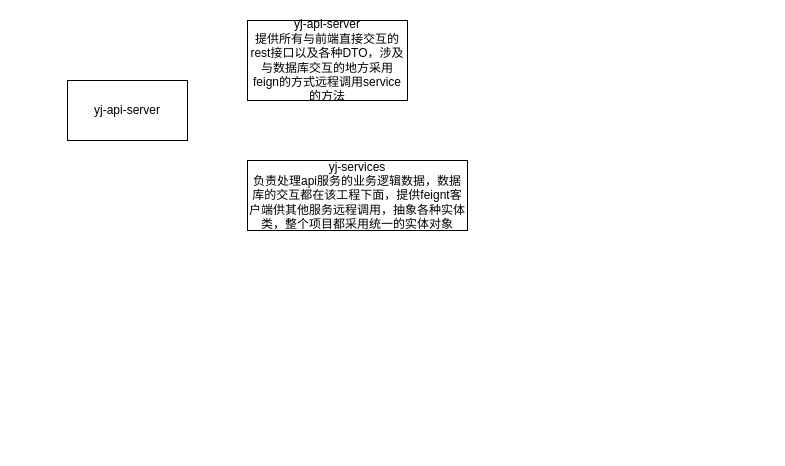
This is yj-api-优化.drawio from link-yuml/diagrams, a draw.io file, before an edit. Source tidied: cells renumbered, new cells numbered last; positions are measured from the earlier drawing's top-left corner, leaving out a move shared by most shapes. Both pictures are drawn from the tidied source at 100%, with x=0, y=0 at pixel (67, 20).
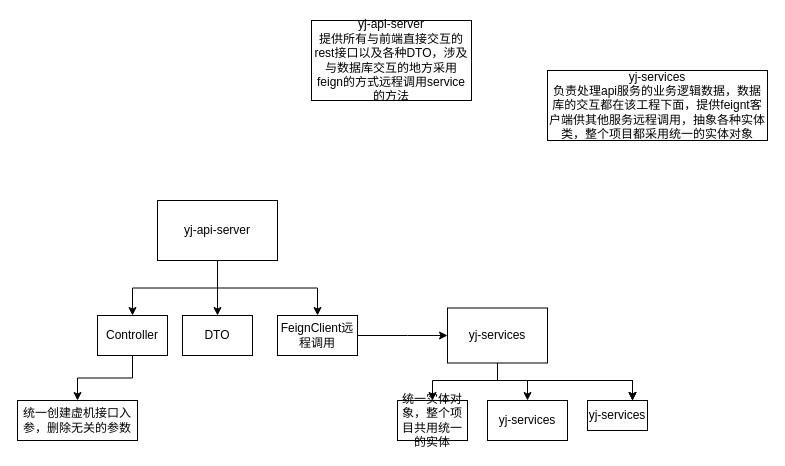
The same diagram, later.

What changed in the source:
```diff
@@
+    <mxCell id="5" style="edgeStyle=orthogonalEdgeStyle;rounded=0;jettySize=auto;html=1;" parent="1" edge="1" source="2" target="9">
+      <mxGeometry relative="1" as="geometry" />
+    </mxCell>
+    <mxCell id="6" style="edgeStyle=orthogonalEdgeStyle;rounded=0;jettySize=auto;html=1;" parent="1" edge="1" source="2" target="10">
+      <mxGeometry relative="1" as="geometry" />
+    </mxCell>
+    <mxCell id="7" style="edgeStyle=orthogonalEdgeStyle;rounded=0;jettySize=auto;html=1;entryX=0.5;entryY=0;entryDx=0;entryDy=0;" parent="1" edge="1" source="2" target="12">
+      <mxGeometry relative="1" as="geometry" />
+    </mxCell>
     <mxCell id="2" value="yj-api-server" style="rounded=0;whiteSpace=wrap;html=1;" parent="1" vertex="1">
-      <mxGeometry y="60" width="120" height="60" as="geometry" />
+      <mxGeometry x="90" y="180" width="120" height="60" as="geometry" />
     </mxCell>
     <mxCell id="3" value="yj-api-server&lt;br&gt;提供所有与前端直接交互的rest接口以及各种DTO，涉及与数据库交互的地方采用feign的方式远程调用service的方法" style="rounded=0;whiteSpace=wrap;html=1;" parent="1" vertex="1">
-      <mxGeometry x="180" width="160" height="80" as="geometry" />
+      <mxGeometry x="244" width="160" height="80" as="geometry" />
     </mxCell>
     <mxCell id="4" value="yj-services&lt;br&gt;负责处理api服务的业务逻辑数据，数据库的交互都在该工程下面，提供feignt客户端供其他服务远程调用，抽象各种实体类，整个项目都采用统一的实体对象" style="rounded=0;whiteSpace=wrap;html=1;" parent="1" vertex="1">
-      <mxGeometry x="180" y="140" width="220" height="70" as="geometry" />
+      <mxGeometry x="480" y="50" width="220" height="70" as="geometry" />
     </mxCell>
+    <mxCell id="8" style="edgeStyle=orthogonalEdgeStyle;rounded=0;jettySize=auto;html=1;" parent="1" edge="1" source="9" target="13">
+      <mxGeometry relative="1" as="geometry" />
+    </mxCell>
+    <mxCell id="9" value="Controller" style="rounded=0;whiteSpace=wrap;html=1;" parent="1" vertex="1">
+      <mxGeometry x="30" y="295" width="70" height="40" as="geometry" />
+    </mxCell>
+    <mxCell id="10" value="DTO" style="rounded=0;whiteSpace=wrap;html=1;" parent="1" vertex="1">
+      <mxGeometry x="115" y="295" width="70" height="40" as="geometry" />
+    </mxCell>
+    <mxCell id="11" style="edgeStyle=orthogonalEdgeStyle;rounded=0;jettySize=auto;html=1;" parent="1" edge="1" source="12" target="15">
+      <mxGeometry relative="1" as="geometry">
+        <Array as="points">
+          <mxPoint x="340" y="315" />
+          <mxPoint x="340" y="315" />
+        </Array>
+      </mxGeometry>
+    </mxCell>
+    <mxCell id="12" value="FeignClient远程调用" style="rounded=0;whiteSpace=wrap;html=1;" parent="1" vertex="1">
+      <mxGeometry x="210" y="295" width="80" height="40" as="geometry" />
+    </mxCell>
+    <mxCell id="13" value="统一创建虚机接口入参，删除无关的参数" style="rounded=0;whiteSpace=wrap;html=1;" parent="1" vertex="1">
+      <mxGeometry x="-50" y="380" width="120" height="40" as="geometry" />
+    </mxCell>
+    <mxCell id="14" style="group;" parent="1" vertex="1">
+      <mxGeometry x="330" y="287.5" width="250" height="132.5" as="geometry" />
+    </mxCell>
+    <mxCell id="15" value="yj-services" style="rounded=0;whiteSpace=wrap;html=1;" parent="14" vertex="1">
+      <mxGeometry x="50" width="100" height="55" as="geometry" />
+    </mxCell>
+    <mxCell id="16" value="统一实体对象，整个项目共用统一的实体" style="rounded=0;whiteSpace=wrap;html=1;" parent="14" vertex="1">
+      <mxGeometry y="92.5" width="70" height="40" as="geometry" />
+    </mxCell>
+    <mxCell id="17" style="edgeStyle=orthogonalEdgeStyle;rounded=0;jettySize=auto;html=1;" parent="14" edge="1" source="15" target="16">
+      <mxGeometry relative="1" as="geometry">
+        <Array as="points">
+          <mxPoint x="100" y="72.5" />
+          <mxPoint x="35" y="72.5" />
+        </Array>
+      </mxGeometry>
+    </mxCell>
+    <mxCell id="18" value="yj-services" style="rounded=0;whiteSpace=wrap;html=1;" parent="14" vertex="1">
+      <mxGeometry x="90" y="92.5" width="80" height="40" as="geometry" />
+    </mxCell>
+    <mxCell id="19" style="edgeStyle=orthogonalEdgeStyle;rounded=0;jettySize=auto;html=1;" parent="14" edge="1" source="15" target="18">
+      <mxGeometry relative="1" as="geometry">
+        <Array as="points">
+          <mxPoint x="100" y="72.5" />
+          <mxPoint x="130" y="72.5" />
+        </Array>
+      </mxGeometry>
+    </mxCell>
+    <mxCell id="20" value="yj-services" style="rounded=0;whiteSpace=wrap;html=1;" parent="14" vertex="1">
+      <mxGeometry x="190" y="92.5" width="60" height="30" as="geometry" />
+    </mxCell>
+    <mxCell id="21" style="edgeStyle=orthogonalEdgeStyle;rounded=0;jettySize=auto;html=1;" parent="14" edge="1" source="15" target="20">
+      <mxGeometry relative="1" as="geometry">
+        <Array as="points">
+          <mxPoint x="100" y="72.5" />
+          <mxPoint x="235" y="72.5" />
+        </Array>
+      </mxGeometry>
+    </mxCell>
+    <mxCell id="22" style="edgeStyle=orthogonalEdgeStyle;rounded=0;jettySize=auto;html=1;" parent="14" edge="1" source="15" target="20">
+      <mxGeometry relative="1" as="geometry">
+        <Array as="points">
+          <mxPoint x="100" y="72.5" />
+          <mxPoint x="235" y="72.5" />
+        </Array>
+      </mxGeometry>
+    </mxCell>
+    <mxCell id="23" style="edgeStyle=orthogonalEdgeStyle;rounded=0;jettySize=auto;html=1;" parent="14" edge="1" source="15" target="20">
+      <mxGeometry relative="1" as="geometry">
+        <Array as="points">
+          <mxPoint x="100" y="72.5" />
+          <mxPoint x="235" y="72.5" />
+        </Array>
+      </mxGeometry>
+    </mxCell>
```
